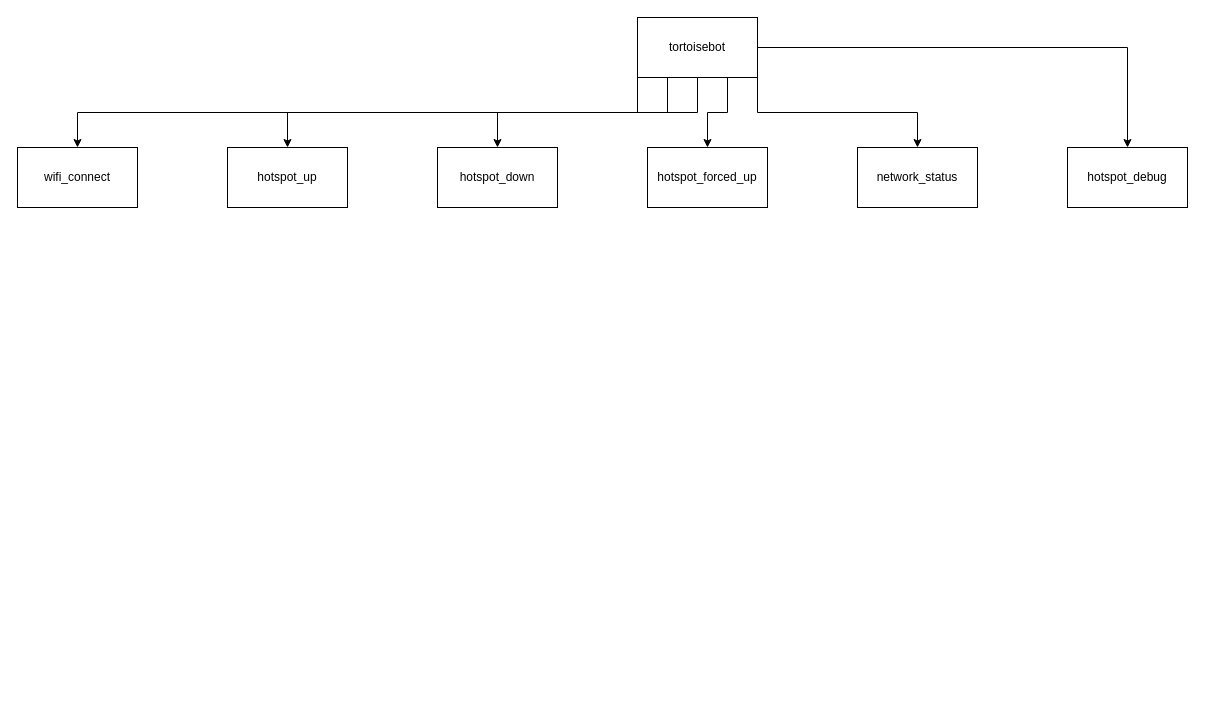
Above: Untitled Diagram.drawio in lordofwizard/script (draw.io), before the change. Source tidied: cells renumbered, new cells numbered last; positions are measured from the earlier drawing's top-left corner, leaving out a move shared by most shapes. Both pictures are drawn from the tidied source at 100%, with x=0, y=0 at pixel (17, 17).
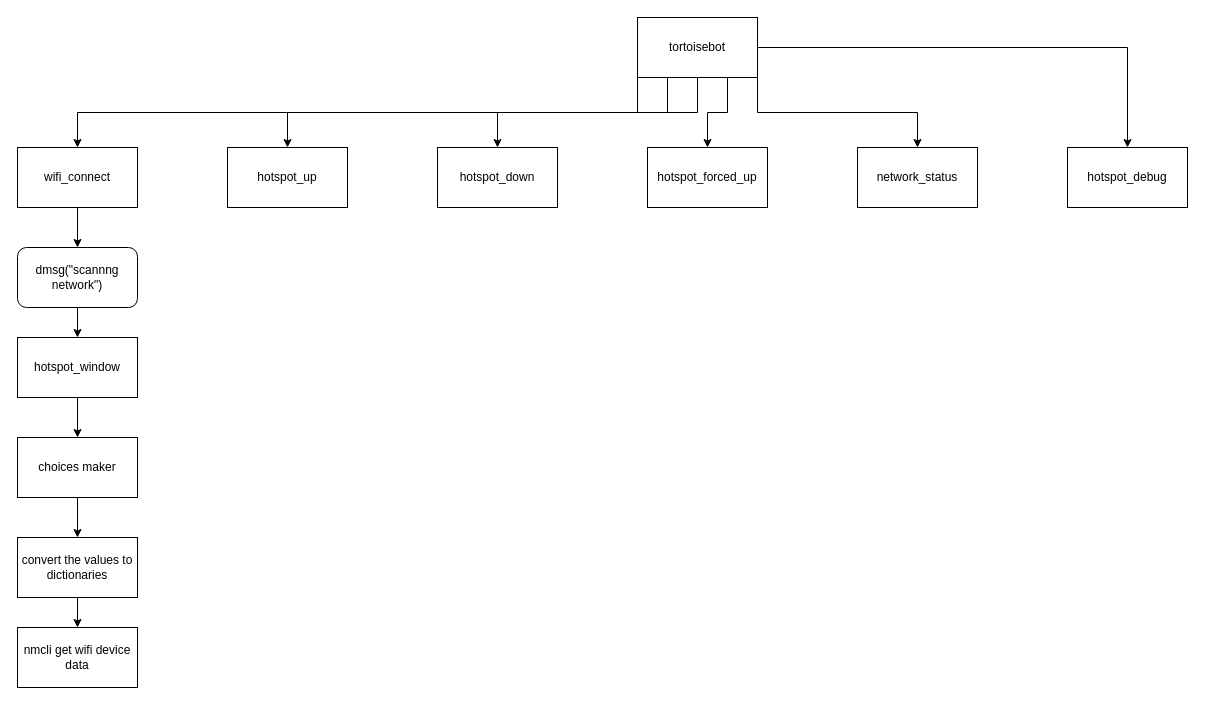
Above is the later version.

Commit message:
wifi_connect functionality.drawio

The change refers to these unchanged cells:
```xml
<mxCell id="9" value="&lt;div&gt;wifi_connect&lt;/div&gt;" style="whiteSpace=wrap;html=1;" parent="1" vertex="1">
  <mxGeometry y="130" width="120" height="60" as="geometry" />
</mxCell>
```

Change to the diagram source:
```diff
@@
+    <mxCell id="15" style="edgeStyle=orthogonalEdgeStyle;rounded=0;jettySize=auto;html=1;" parent="1" edge="1" source="9" target="19">
+      <mxGeometry relative="1" as="geometry" />
+    </mxCell>
@@
+    <mxCell id="16" style="edgeStyle=orthogonalEdgeStyle;rounded=0;jettySize=auto;html=1;" parent="1" edge="1" source="17" target="23">
+      <mxGeometry relative="1" as="geometry" />
+    </mxCell>
+    <mxCell id="17" value="&lt;div&gt;choices maker&lt;/div&gt;" style="rounded=0;whiteSpace=wrap;html=1;" parent="1" vertex="1">
+      <mxGeometry y="420" width="120" height="60" as="geometry" />
+    </mxCell>
+    <mxCell id="18" style="edgeStyle=orthogonalEdgeStyle;rounded=0;jettySize=auto;html=1;" parent="1" edge="1" source="19" target="21">
+      <mxGeometry relative="1" as="geometry" />
+    </mxCell>
+    <mxCell id="19" value="dmsg(&quot;scannng network&quot;)" style="rounded=1;whiteSpace=wrap;html=1;" parent="1" vertex="1">
+      <mxGeometry y="230" width="120" height="60" as="geometry" />
+    </mxCell>
+    <mxCell id="20" style="edgeStyle=orthogonalEdgeStyle;rounded=0;jettySize=auto;html=1;" parent="1" edge="1" source="21" target="17">
+      <mxGeometry relative="1" as="geometry" />
+    </mxCell>
+    <mxCell id="21" value="&lt;div&gt;hotspot_window&lt;/div&gt;" style="whiteSpace=wrap;html=1;" parent="1" vertex="1">
+      <mxGeometry y="320" width="120" height="60" as="geometry" />
+    </mxCell>
+    <mxCell id="22" style="edgeStyle=orthogonalEdgeStyle;rounded=0;jettySize=auto;html=1;" parent="1" edge="1" source="23" target="24">
+      <mxGeometry relative="1" as="geometry" />
+    </mxCell>
+    <mxCell id="23" value="&lt;div&gt;convert the values to&lt;/div&gt;&lt;div&gt;dictionaries&lt;/div&gt;" style="whiteSpace=wrap;html=1;" parent="1" vertex="1">
+      <mxGeometry y="520" width="120" height="60" as="geometry" />
+    </mxCell>
+    <mxCell id="24" value="&lt;div&gt;nmcli get wifi device data&lt;/div&gt;" style="whiteSpace=wrap;html=1;" parent="1" vertex="1">
+      <mxGeometry y="610" width="120" height="60" as="geometry" />
+    </mxCell>
```
